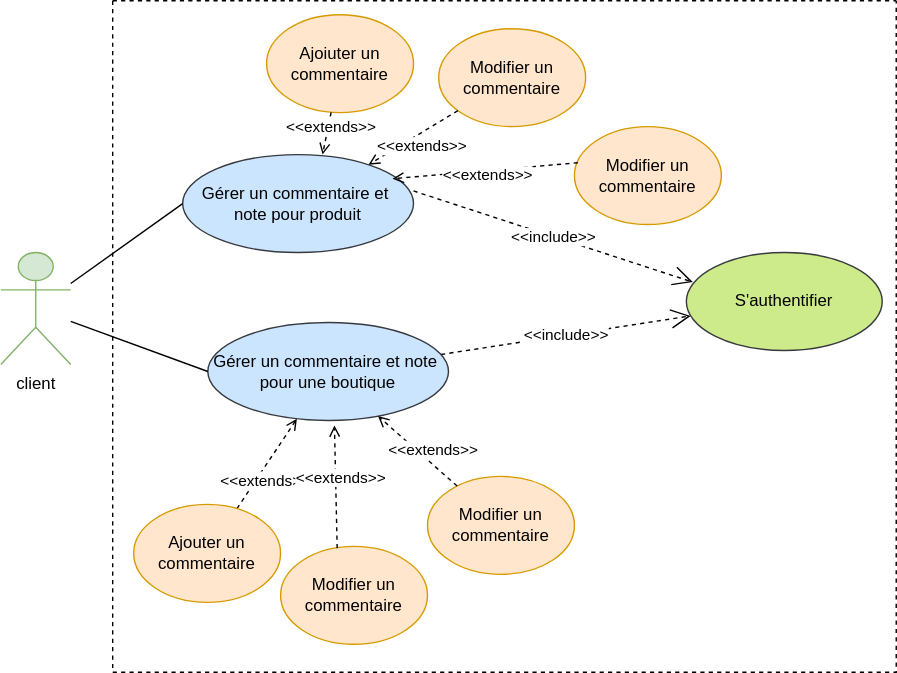
Before: useCase_commentaires.drawio.svg, a diagram exported from draw.io (amine-elarass49/angular_doc). Source tidied: cells renumbered, new cells last; positions are measured from the earlier drawing's top-left corner, leaving out a move shared by most shapes. The source it was exported from:
```xml
<mxGraphModel>
  <root>
    <mxCell id="0" />
    <mxCell id="1" parent="0" />
    <mxCell id="2" style="swimlane;startSize=0;dashed=1;" parent="1" vertex="1">
      <mxGeometry x="80" width="560" height="480" as="geometry" />
    </mxCell>
    <mxCell id="3" value="&lt;div&gt;Gérer un commentaire et&amp;nbsp;&lt;/div&gt;&lt;div&gt;note pour produit&lt;/div&gt;" style="ellipse;whiteSpace=wrap;html=1;fillColor=#cce5ff;strokeColor=#36393d;" parent="1" vertex="1">
      <mxGeometry x="130" y="110" width="165" height="70" as="geometry" />
    </mxCell>
    <mxCell id="4" value="S'authentifier" style="ellipse;whiteSpace=wrap;html=1;fillColor=#cdeb8b;strokeColor=#36393d;" parent="1" vertex="1">
      <mxGeometry x="490" y="180" width="140" height="70" as="geometry" />
    </mxCell>
    <mxCell id="5" value="&amp;lt;&amp;lt;include&amp;gt;&amp;gt;" style="endArrow=open;endSize=12;dashed=1;html=1;rounded=0;" parent="1" edge="1" source="7" target="4">
      <mxGeometry relative="1" as="geometry" />
    </mxCell>
    <mxCell id="6" value="&amp;lt;&amp;lt;include&amp;gt;&amp;gt;" style="endArrow=open;endSize=12;dashed=1;html=1;rounded=0;exitX=1;exitY=0.371;exitDx=0;exitDy=0;exitPerimeter=0;entryX=0.033;entryY=0.302;entryDx=0;entryDy=0;entryPerimeter=0;" parent="1" edge="1" source="3" target="4">
      <mxGeometry relative="1" as="geometry" />
    </mxCell>
    <mxCell id="7" value="&lt;div&gt;Gérer un commentaire et note&amp;nbsp;&lt;/div&gt;&lt;div&gt;pour une boutique&lt;/div&gt;" style="ellipse;whiteSpace=wrap;html=1;fillColor=#cce5ff;strokeColor=#36393d;" parent="1" vertex="1">
      <mxGeometry x="148" y="230" width="172" height="70" as="geometry" />
    </mxCell>
    <mxCell id="8" value="Ajoiuter un commentaire" style="ellipse;whiteSpace=wrap;html=1;fillColor=#ffe6cc;strokeColor=#d79b00;" parent="1" vertex="1">
      <mxGeometry x="190" y="10" width="105" height="70" as="geometry" />
    </mxCell>
    <mxCell id="9" value="Modifier un commentaire" style="ellipse;whiteSpace=wrap;html=1;fillColor=#ffe6cc;strokeColor=#d79b00;" parent="1" vertex="1">
      <mxGeometry x="313" y="20" width="105" height="70" as="geometry" />
    </mxCell>
    <mxCell id="10" value="Modifier un commentaire" style="ellipse;whiteSpace=wrap;html=1;fillColor=#ffe6cc;strokeColor=#d79b00;" parent="1" vertex="1">
      <mxGeometry x="410" y="90" width="105" height="70" as="geometry" />
    </mxCell>
    <mxCell id="11" style="rounded=0;jettySize=auto;html=1;endArrow=open;endFill=0;dashed=1;" parent="1" edge="1" source="13" target="7">
      <mxGeometry relative="1" as="geometry" />
    </mxCell>
    <mxCell id="12" value="&amp;lt;&amp;lt;extends&amp;gt;&amp;gt;" style="edgeLabel;html=1;align=center;verticalAlign=middle;" parent="11" vertex="1">
      <mxGeometry x="0.17" y="-3" relative="1" as="geometry">
        <mxPoint x="-8" y="15" as="offset" />
      </mxGeometry>
    </mxCell>
    <mxCell id="13" value="Ajouter un commentaire" style="ellipse;whiteSpace=wrap;html=1;fillColor=#ffe6cc;strokeColor=#d79b00;" parent="1" vertex="1">
      <mxGeometry x="95" y="360" width="105" height="70" as="geometry" />
    </mxCell>
    <mxCell id="14" value="Modifier un commentaire" style="ellipse;whiteSpace=wrap;html=1;fillColor=#ffe6cc;strokeColor=#d79b00;" parent="1" vertex="1">
      <mxGeometry x="200" y="390" width="105" height="70" as="geometry" />
    </mxCell>
    <mxCell id="15" value="Modifier un commentaire" style="ellipse;whiteSpace=wrap;html=1;fillColor=#ffe6cc;strokeColor=#d79b00;" parent="1" vertex="1">
      <mxGeometry x="305" y="340" width="105" height="70" as="geometry" />
    </mxCell>
    <mxCell id="16" style="rounded=0;jettySize=auto;html=1;endArrow=open;endFill=0;exitX=0.385;exitY=0.018;exitDx=0;exitDy=0;exitPerimeter=0;entryX=0.526;entryY=1.051;entryDx=0;entryDy=0;entryPerimeter=0;dashed=1;" parent="1" edge="1" source="14" target="7">
      <mxGeometry relative="1" as="geometry" />
    </mxCell>
    <mxCell id="17" value="&amp;lt;&amp;lt;extends&amp;gt;&amp;gt;" style="edgeLabel;html=1;align=center;verticalAlign=middle;" parent="16" vertex="1">
      <mxGeometry x="0.17" y="-3" relative="1" as="geometry" />
    </mxCell>
    <mxCell id="18" style="rounded=0;jettySize=auto;html=1;endArrow=open;endFill=0;dashed=1;" parent="1" edge="1" source="15" target="7">
      <mxGeometry relative="1" as="geometry" />
    </mxCell>
    <mxCell id="19" value="&amp;lt;&amp;lt;extends&amp;gt;&amp;gt;" style="edgeLabel;html=1;align=center;verticalAlign=middle;" parent="18" vertex="1">
      <mxGeometry x="0.17" y="-3" relative="1" as="geometry">
        <mxPoint x="13" y="5" as="offset" />
      </mxGeometry>
    </mxCell>
    <mxCell id="20" style="rounded=0;jettySize=auto;html=1;endArrow=open;endFill=0;dashed=1;" parent="1" edge="1" source="8">
      <mxGeometry relative="1" as="geometry">
        <mxPoint x="230" y="110" as="targetPoint" />
      </mxGeometry>
    </mxCell>
    <mxCell id="21" value="&amp;lt;&amp;lt;extends&amp;gt;&amp;gt;" style="edgeLabel;html=1;align=center;verticalAlign=middle;" parent="20" vertex="1">
      <mxGeometry x="0.17" y="-3" relative="1" as="geometry">
        <mxPoint x="6" y="-7" as="offset" />
      </mxGeometry>
    </mxCell>
    <mxCell id="22" value="client" style="shape=umlActor;verticalLabelPosition=bottom;verticalAlign=top;html=1;outlineConnect=0;fillColor=#d5e8d4;strokeColor=#82b366;" parent="1" vertex="1">
      <mxGeometry y="180" width="50" height="80" as="geometry" />
    </mxCell>
    <mxCell id="23" style="endArrow=none;html=1;rounded=0;entryX=0;entryY=0.5;entryDx=0;entryDy=0;" parent="1" edge="1" source="22" target="3">
      <mxGeometry relative="1" as="geometry" />
    </mxCell>
    <mxCell id="24" style="endArrow=none;html=1;rounded=0;entryX=0;entryY=0.5;entryDx=0;entryDy=0;" parent="1" edge="1" source="22" target="7">
      <mxGeometry relative="1" as="geometry" />
    </mxCell>
    <mxCell id="25" style="rounded=0;jettySize=auto;html=1;endArrow=open;endFill=0;entryX=0.805;entryY=0.103;entryDx=0;entryDy=0;entryPerimeter=0;dashed=1;" parent="1" edge="1" source="9" target="3">
      <mxGeometry relative="1" as="geometry" />
    </mxCell>
    <mxCell id="26" value="&amp;lt;&amp;lt;extends&amp;gt;&amp;gt;" style="edgeLabel;html=1;align=center;verticalAlign=middle;" parent="25" vertex="1">
      <mxGeometry x="0.17" y="-3" relative="1" as="geometry">
        <mxPoint x="13" y="5" as="offset" />
      </mxGeometry>
    </mxCell>
    <mxCell id="27" style="rounded=0;jettySize=auto;html=1;endArrow=open;endFill=0;exitX=0.023;exitY=0.369;exitDx=0;exitDy=0;exitPerimeter=0;entryX=0.909;entryY=0.246;entryDx=0;entryDy=0;entryPerimeter=0;dashed=1;" parent="1" edge="1" source="10" target="3">
      <mxGeometry relative="1" as="geometry" />
    </mxCell>
    <mxCell id="28" value="&amp;lt;&amp;lt;extends&amp;gt;&amp;gt;" style="edgeLabel;html=1;align=center;verticalAlign=middle;" parent="27" vertex="1">
      <mxGeometry x="0.17" y="-3" relative="1" as="geometry">
        <mxPoint x="13" y="5" as="offset" />
      </mxGeometry>
    </mxCell>
  </root>
</mxGraphModel>
```
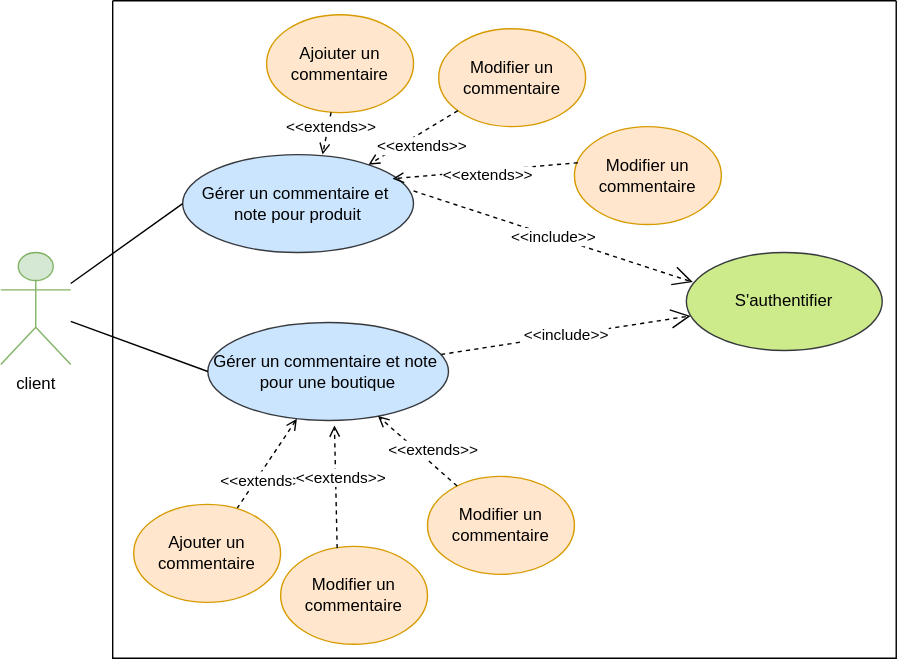
After the commit.

What changed in the source:
```diff
@@ -2,8 +2,8 @@
   <root>
     <mxCell id="0" />
     <mxCell id="1" parent="0" />
-    <mxCell id="2" style="swimlane;startSize=0;dashed=1;" parent="1" vertex="1">
-      <mxGeometry x="80" width="560" height="480" as="geometry" />
+    <mxCell id="2" style="swimlane;startSize=0;" parent="1" vertex="1">
+      <mxGeometry x="80" width="560" height="470" as="geometry" />
     </mxCell>
     <mxCell id="3" value="&lt;div&gt;Gérer un commentaire et&amp;nbsp;&lt;/div&gt;&lt;div&gt;note pour produit&lt;/div&gt;" style="ellipse;whiteSpace=wrap;html=1;fillColor=#cce5ff;strokeColor=#36393d;" parent="1" vertex="1">
       <mxGeometry x="130" y="110" width="165" height="70" as="geometry" />
```
